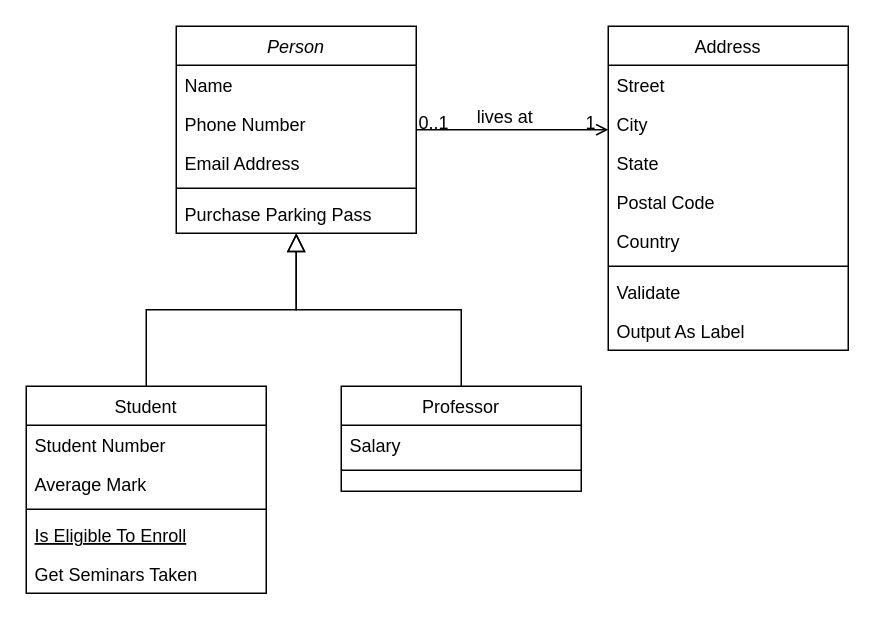
This is SnakeAndLadder.drawio from saravananraj/LLD-ClassDiagrams, a draw.io file, before an edit. Source tidied: cells renumbered, new cells numbered last; positions are measured from the earlier drawing's top-left corner, leaving out a move shared by most shapes. Both pictures are drawn from the tidied source at 150%, with x=0, y=0 at pixel (26, 26).
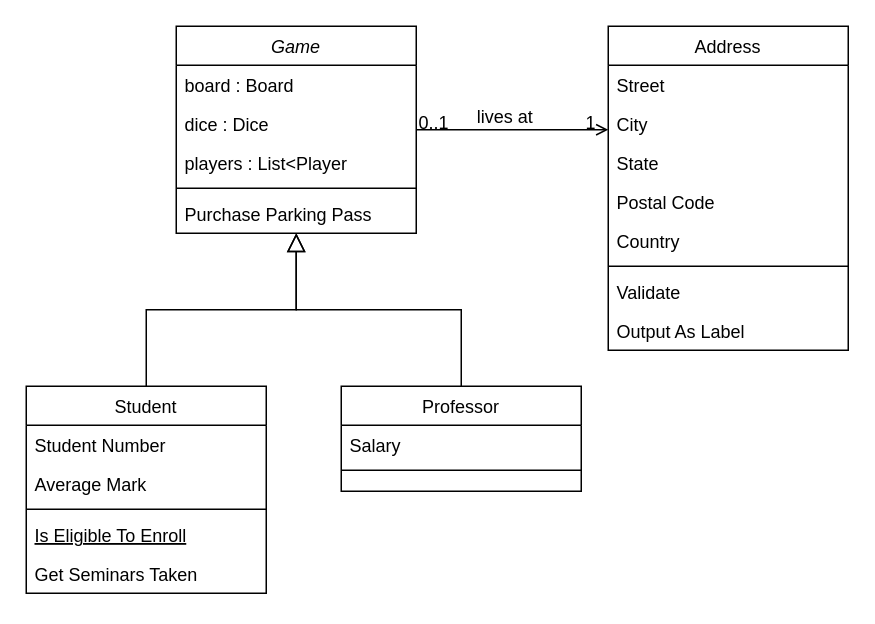
The same page after the edit.

Diff of the diagram source:
```diff
@@
-    <mxCell id="2" value="Person" style="swimlane;fontStyle=2;align=center;verticalAlign=top;horizontal=1;startSize=26;rounded=0;shadow=0;strokeWidth=1;" parent="1" vertex="1">
+    <mxCell id="2" value="Game" style="swimlane;fontStyle=2;align=center;verticalAlign=top;horizontal=1;startSize=26;rounded=0;shadow=0;strokeWidth=1;" parent="1" vertex="1">
       <mxGeometry x="100" width="160" height="138" as="geometry" />
     </mxCell>
-    <mxCell id="3" value="Name" style="text;align=left;verticalAlign=top;spacingLeft=4;spacingRight=4;overflow=hidden;" parent="2" vertex="1">
+    <mxCell id="3" value="board : Board" style="text;align=left;verticalAlign=top;spacingLeft=4;spacingRight=4;overflow=hidden;" parent="2" vertex="1">
       <mxGeometry y="26" width="160" height="26" as="geometry" />
     </mxCell>
-    <mxCell id="4" value="Phone Number" style="text;align=left;verticalAlign=top;spacingLeft=4;spacingRight=4;overflow=hidden;rounded=0;shadow=0;html=0;" parent="2" vertex="1">
+    <mxCell id="4" value="dice : Dice" style="text;align=left;verticalAlign=top;spacingLeft=4;spacingRight=4;overflow=hidden;rounded=0;shadow=0;html=0;" parent="2" vertex="1">
       <mxGeometry y="52" width="160" height="26" as="geometry" />
     </mxCell>
-    <mxCell id="5" value="Email Address" style="text;align=left;verticalAlign=top;spacingLeft=4;spacingRight=4;overflow=hidden;rounded=0;shadow=0;html=0;" parent="2" vertex="1">
+    <mxCell id="5" value="players : List&lt;Player" style="text;align=left;verticalAlign=top;spacingLeft=4;spacingRight=4;overflow=hidden;rounded=0;shadow=0;html=0;" parent="2" vertex="1">
       <mxGeometry y="78" width="160" height="26" as="geometry" />
     </mxCell>
```
